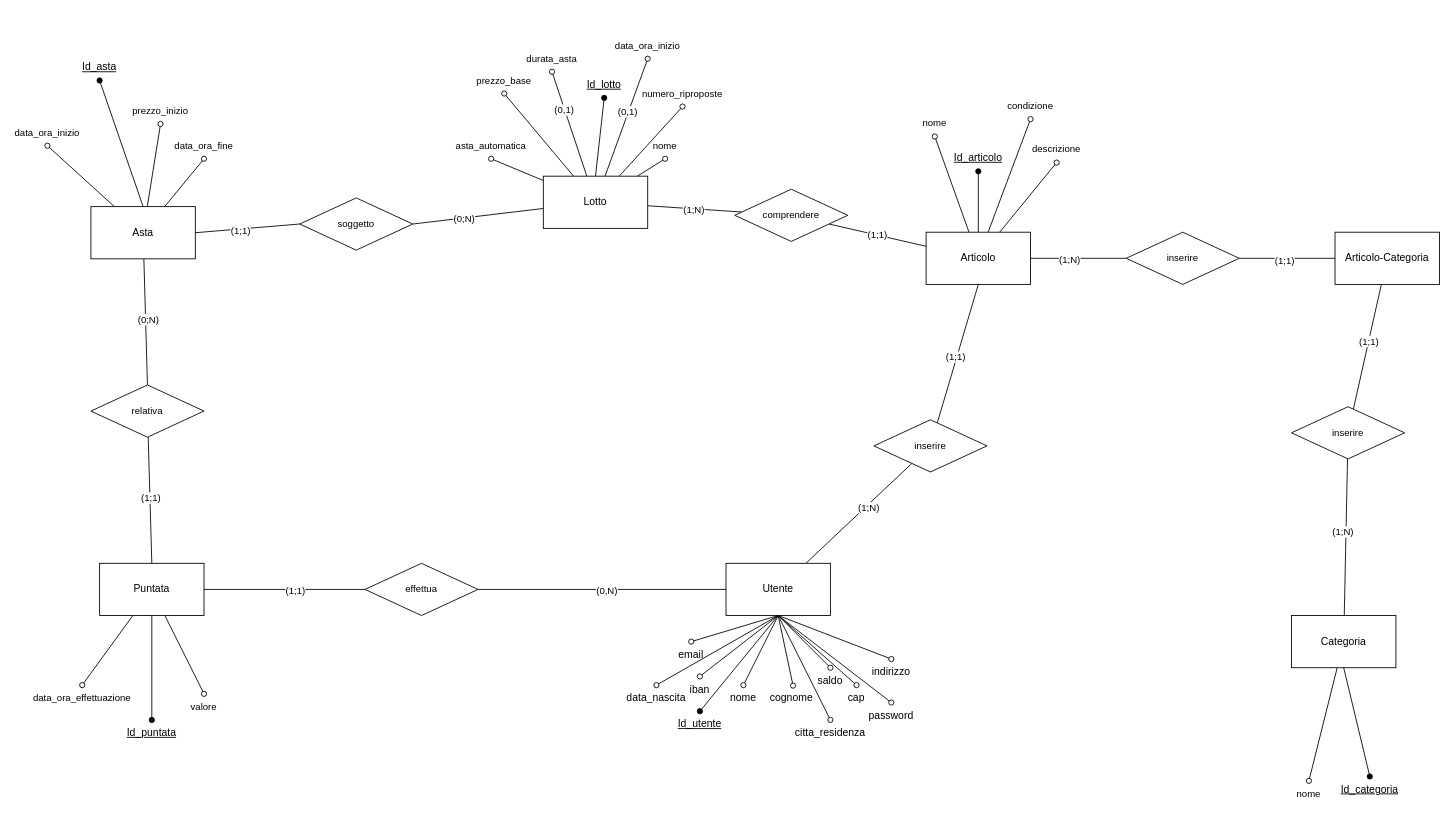
Earlier version of the draw.io diagram documenti/Schema_ER.drawio (Chaos-Rat/GAO). Source tidied: cells renumbered, new cells numbered last; positions are measured from the earlier drawing's top-left corner, leaving out a move shared by most shapes. Both pictures are drawn from the tidied source at 87%, with x=0, y=0 at pixel (21, 32).
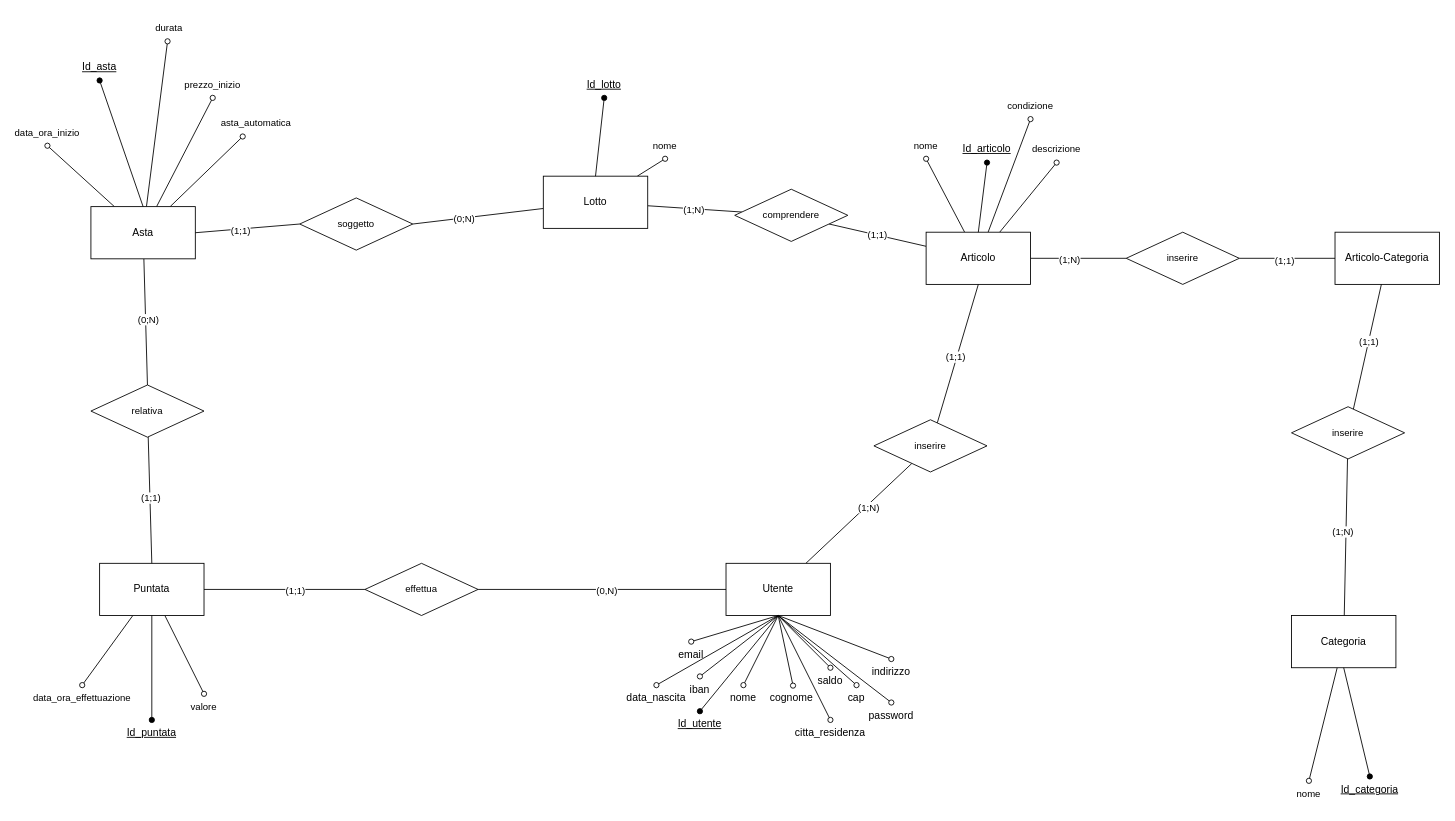
The same page after the edit.

Unchanged cells that the change refers to:
```xml
<mxCell id="18" value="Lotto" style="rounded=0;whiteSpace=wrap;html=1;" parent="1" vertex="1">
  <mxGeometry x="600" y="165" width="120" height="60" as="geometry" />
</mxCell>
<mxCell id="37" value="Asta" style="rounded=0;whiteSpace=wrap;html=1;" parent="1" vertex="1">
  <mxGeometry x="80" y="200" width="120" height="60" as="geometry" />
</mxCell>
```

Change to the diagram source:
```diff
@@
-    <mxCell id="7" style="edgeStyle=none;rounded=0;jettySize=auto;html=1;entryX=0.5;entryY=1;entryDx=0;entryDy=0;strokeColor=default;align=center;verticalAlign=middle;fontFamily=Helvetica;fontSize=11;fontColor=default;labelBackgroundColor=default;endArrow=oval;endFill=0;" parent="1" edge="1" source="18" target="76">
-      <mxGeometry relative="1" as="geometry" />
-    </mxCell>
-    <mxCell id="8" style="edgeStyle=none;rounded=0;jettySize=auto;html=1;entryX=0.5;entryY=1;entryDx=0;entryDy=0;strokeColor=default;align=center;verticalAlign=middle;fontFamily=Helvetica;fontSize=11;fontColor=default;labelBackgroundColor=default;endArrow=oval;endFill=0;" parent="1" edge="1" source="18" target="77">
-      <mxGeometry relative="1" as="geometry" />
-    </mxCell>
-    <mxCell id="9" value="(0,1)" style="edgeLabel;html=1;align=center;verticalAlign=middle;fontFamily=Helvetica;fontSize=11;fontColor=default;labelBackgroundColor=default;" parent="8" vertex="1">
-      <mxGeometry x="0.28" y="1" relative="1" as="geometry" />
-    </mxCell>
-    <mxCell id="10" style="edgeStyle=none;rounded=0;jettySize=auto;html=1;entryX=0.5;entryY=1;entryDx=0;entryDy=0;strokeColor=default;align=center;verticalAlign=middle;fontFamily=Helvetica;fontSize=11;fontColor=default;labelBackgroundColor=default;endArrow=oval;endFill=0;" parent="1" edge="1" source="18" target="78">
-      <mxGeometry relative="1" as="geometry" />
-    </mxCell>
-    <mxCell id="11" value="(0,1)" style="edgeLabel;html=1;align=center;verticalAlign=middle;fontFamily=Helvetica;fontSize=11;fontColor=default;labelBackgroundColor=default;" parent="10" vertex="1">
-      <mxGeometry x="0.1" y="1" relative="1" as="geometry" />
-    </mxCell>
-    <mxCell id="12" style="edgeStyle=none;rounded=0;jettySize=auto;html=1;entryX=0.5;entryY=1;entryDx=0;entryDy=0;strokeColor=default;align=center;verticalAlign=middle;fontFamily=Helvetica;fontSize=11;fontColor=default;labelBackgroundColor=default;endArrow=oval;endFill=0;" parent="1" edge="1" source="18" target="79">
-      <mxGeometry relative="1" as="geometry" />
-    </mxCell>
-    <mxCell id="13" style="edgeStyle=none;rounded=0;jettySize=auto;html=1;entryX=0.5;entryY=1;entryDx=0;entryDy=0;strokeColor=default;align=center;verticalAlign=middle;fontFamily=Helvetica;fontSize=11;fontColor=default;labelBackgroundColor=default;endArrow=oval;endFill=0;" parent="1" edge="1" source="18" target="80">
-      <mxGeometry relative="1" as="geometry" />
-    </mxCell>
@@
+    <mxCell id="108" style="rounded=0;jettySize=auto;html=1;endArrow=oval;endFill=0;" parent="1" edge="1" source="37" target="76">
+      <mxGeometry relative="1" as="geometry" />
+    </mxCell>
+    <mxCell id="109" style="edgeStyle=none;rounded=0;jettySize=auto;html=1;strokeColor=default;align=center;verticalAlign=middle;fontFamily=Helvetica;fontSize=11;fontColor=default;labelBackgroundColor=default;endArrow=oval;endFill=0;" parent="1" edge="1" source="37" target="110">
+      <mxGeometry relative="1" as="geometry" />
+    </mxCell>
@@
-    <mxCell id="33" style="edgeStyle=none;rounded=0;jettySize=auto;html=1;entryX=0.5;entryY=1;entryDx=0;entryDy=0;strokeColor=default;align=center;verticalAlign=middle;fontFamily=Helvetica;fontSize=11;fontColor=default;labelBackgroundColor=default;endArrow=oval;endFill=0;" parent="1" edge="1" source="37" target="83">
-      <mxGeometry relative="1" as="geometry" />
-    </mxCell>
@@
     <mxCell id="46" value="&lt;u&gt;Id_articolo&lt;/u&gt;" style="text;html=1;align=center;verticalAlign=middle;whiteSpace=wrap;rounded=0;" parent="1" vertex="1">
-      <mxGeometry x="1070" y="129.4" width="60" height="30" as="geometry" />
+      <mxGeometry x="1080" y="119.4" width="60" height="30" as="geometry" />
     </mxCell>
@@
     <mxCell id="72" value="nome" style="text;html=1;align=center;verticalAlign=middle;whiteSpace=wrap;rounded=0;fontFamily=Helvetica;fontSize=11;fontColor=default;labelBackgroundColor=default;" parent="1" vertex="1">
-      <mxGeometry x="1020" y="89.4" width="60" height="30" as="geometry" />
+      <mxGeometry x="1010" y="115" width="60" height="30" as="geometry" />
     </mxCell>
@@
-    <mxCell id="76" value="asta_automatica" style="text;html=1;align=center;verticalAlign=middle;whiteSpace=wrap;rounded=0;fontFamily=Helvetica;fontSize=11;fontColor=default;labelBackgroundColor=default;" parent="1" vertex="1">
-      <mxGeometry x="510" y="115" width="60" height="30" as="geometry" />
-    </mxCell>
-    <mxCell id="77" value="durata_asta" style="text;html=1;align=center;verticalAlign=middle;whiteSpace=wrap;rounded=0;fontFamily=Helvetica;fontSize=11;fontColor=default;labelBackgroundColor=default;" parent="1" vertex="1">
-      <mxGeometry x="580" y="15" width="60" height="30" as="geometry" />
-    </mxCell>
-    <mxCell id="78" value="data_ora_inizio" style="text;html=1;align=center;verticalAlign=middle;whiteSpace=wrap;rounded=0;fontFamily=Helvetica;fontSize=11;fontColor=default;labelBackgroundColor=default;" parent="1" vertex="1">
-      <mxGeometry x="690" width="60" height="30" as="geometry" />
-    </mxCell>
-    <mxCell id="79" value="numero_riproposte" style="text;html=1;align=center;verticalAlign=middle;whiteSpace=wrap;rounded=0;fontFamily=Helvetica;fontSize=11;fontColor=default;labelBackgroundColor=default;" parent="1" vertex="1">
-      <mxGeometry x="730" y="55" width="60" height="30" as="geometry" />
-    </mxCell>
-    <mxCell id="80" value="prezzo_base" style="text;html=1;align=center;verticalAlign=middle;whiteSpace=wrap;rounded=0;fontFamily=Helvetica;fontSize=11;fontColor=default;labelBackgroundColor=default;" parent="1" vertex="1">
-      <mxGeometry x="525" y="40" width="60" height="30" as="geometry" />
-    </mxCell>
     <mxCell id="81" value="prezzo_inizio" style="text;html=1;align=center;verticalAlign=middle;whiteSpace=wrap;rounded=0;fontFamily=Helvetica;fontSize=11;fontColor=default;labelBackgroundColor=default;" parent="1" vertex="1">
-      <mxGeometry x="130" y="75" width="60" height="30" as="geometry" />
+      <mxGeometry x="190" y="45" width="60" height="30" as="geometry" />
     </mxCell>
@@
-    <mxCell id="83" value="data_ora_fine" style="text;html=1;align=center;verticalAlign=middle;whiteSpace=wrap;rounded=0;fontFamily=Helvetica;fontSize=11;fontColor=default;labelBackgroundColor=default;" parent="1" vertex="1">
-      <mxGeometry x="180" y="115" width="60" height="30" as="geometry" />
-    </mxCell>
@@
+    <mxCell id="110" value="durata" style="text;html=1;align=center;verticalAlign=middle;whiteSpace=wrap;rounded=0;fontFamily=Helvetica;fontSize=11;fontColor=default;labelBackgroundColor=default;" parent="1" vertex="1">
+      <mxGeometry x="140" y="-20" width="60" height="30" as="geometry" />
+    </mxCell>
+    <mxCell id="76" value="asta_automatica" style="text;html=1;align=center;verticalAlign=middle;whiteSpace=wrap;rounded=0;fontFamily=Helvetica;fontSize=11;fontColor=default;labelBackgroundColor=default;" parent="1" vertex="1">
+      <mxGeometry x="240" y="89.4" width="60" height="30" as="geometry" />
+    </mxCell>
```
